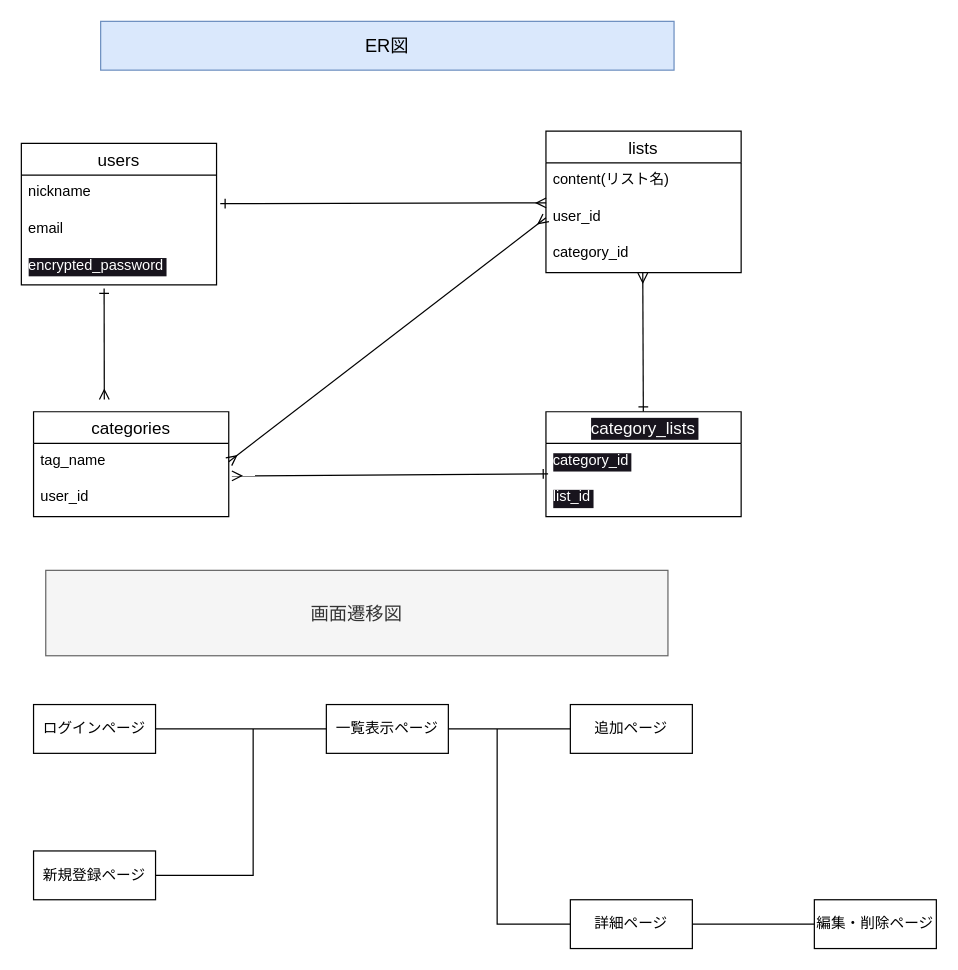
Earlier version of the draw.io diagram test.dio (mofumofusand/buylist). Source tidied: cells renumbered, new cells numbered last; positions are measured from the earlier drawing's top-left corner, leaving out a move shared by most shapes. Both pictures are drawn from the tidied source at 122%, with x=0, y=0 at pixel (21, 21).
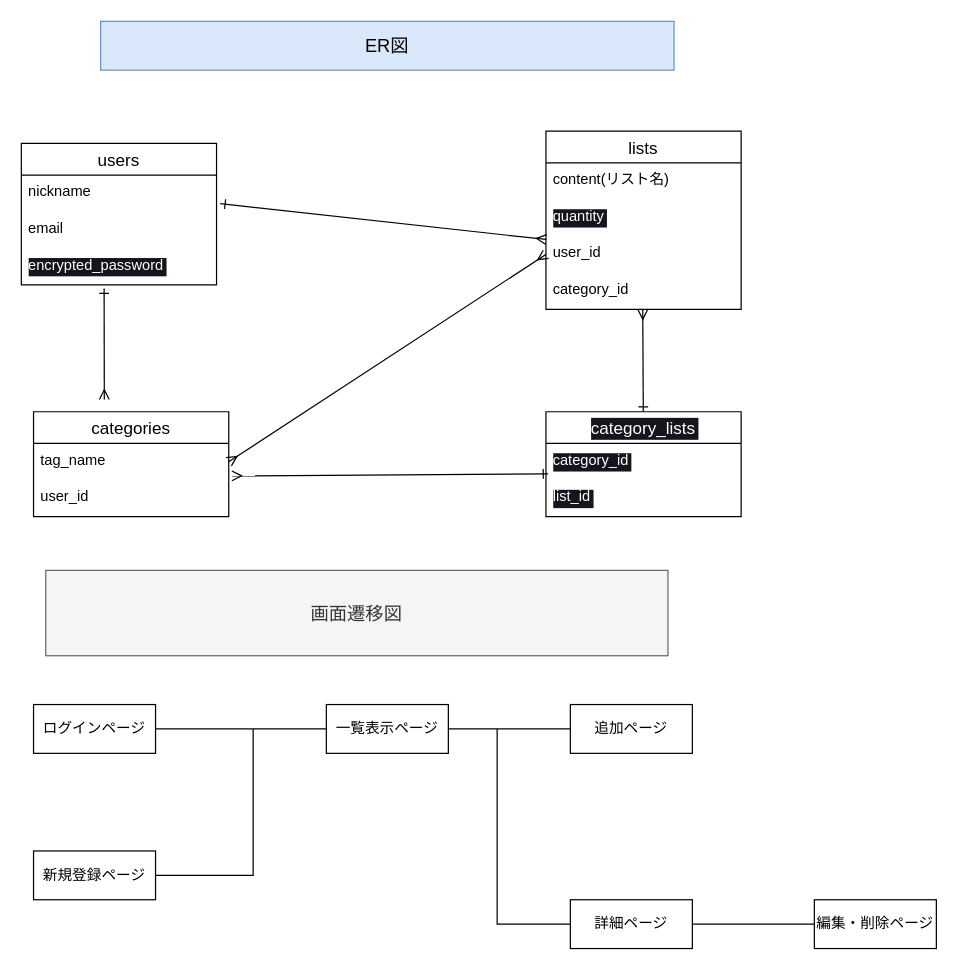
The same diagram, later.

The edit, as a diff of the source:
```diff
@@
     <mxCell id="6" value="lists" style="swimlane;fontStyle=0;horizontal=1;startSize=26;align=center;fontSize=14;" parent="1" vertex="1">
-      <mxGeometry x="430" y="90" width="160" height="116" as="geometry" />
+      <mxGeometry x="430" y="90" width="160" height="146" as="geometry" />
     </mxCell>
@@
+    <mxCell id="34" value="quantity" style="text;strokeColor=none;fillColor=none;spacingLeft=4;spacingRight=4;overflow=hidden;fontSize=12;labelBackgroundColor=#18141D;fontColor=#FFFFFF;" parent="6" vertex="1">
+      <mxGeometry y="56" width="160" height="30" as="geometry" />
+    </mxCell>
     <mxCell id="8" value="user_id" style="text;strokeColor=none;fillColor=none;spacingLeft=4;spacingRight=4;overflow=hidden;points=[[0,0.5],[1,0.5]];portConstraint=eastwest;fontSize=12;" parent="6" vertex="1">
-      <mxGeometry y="56" width="160" height="30" as="geometry" />
+      <mxGeometry y="86" width="160" height="30" as="geometry" />
     </mxCell>
     <mxCell id="9" value="category_id" style="text;strokeColor=none;fillColor=none;spacingLeft=4;spacingRight=4;overflow=hidden;points=[[0,0.5],[1,0.5]];portConstraint=eastwest;fontSize=12;" parent="6" vertex="1">
-      <mxGeometry y="86" width="160" height="30" as="geometry" />
+      <mxGeometry y="116" width="160" height="30" as="geometry" />
     </mxCell>
```
